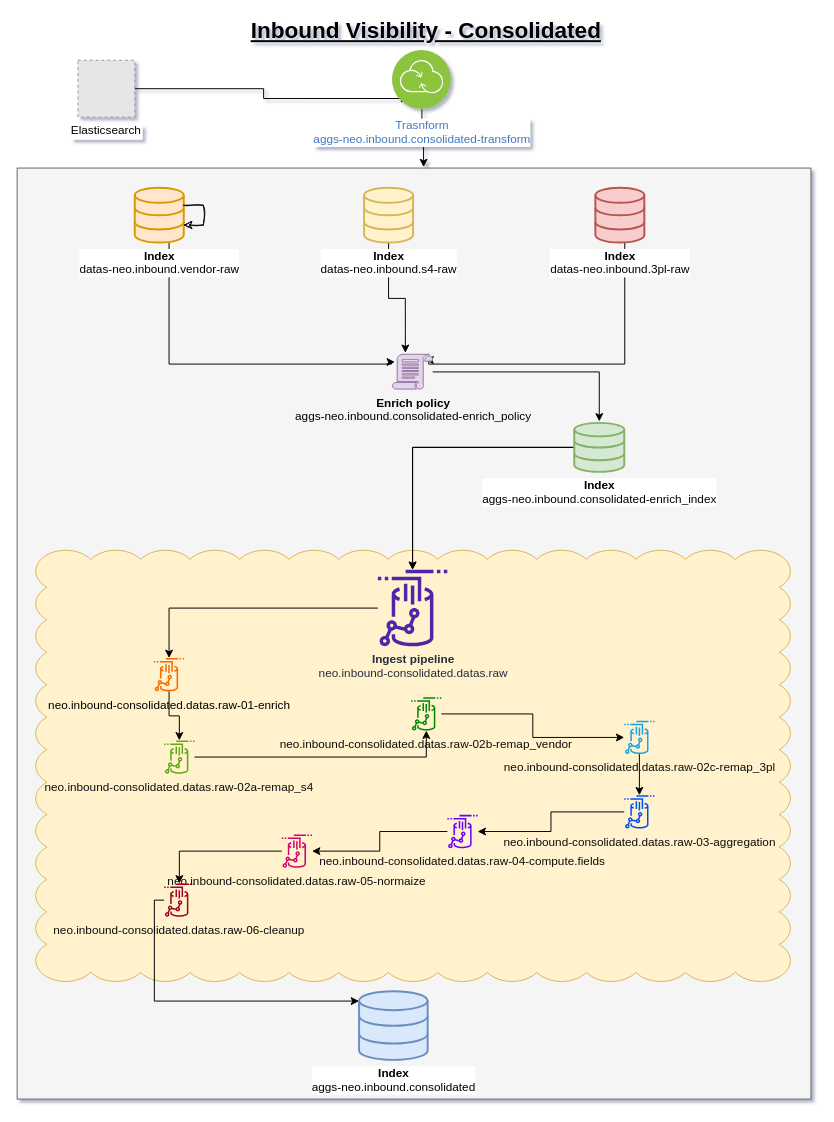
Above: Inbound_Visibility-Consolidated.drawio in baranharis/Diagram-LOREAL (draw.io), before the change. Source tidied: cells renumbered, new cells numbered last; positions are measured from the earlier drawing's top-left corner, leaving out a move shared by most shapes. Both pictures are drawn from the tidied source at 98%, with x=0, y=0 at pixel (17, 21). Pictures stored in the file or linked from it are replaced by grey dashed boxes.
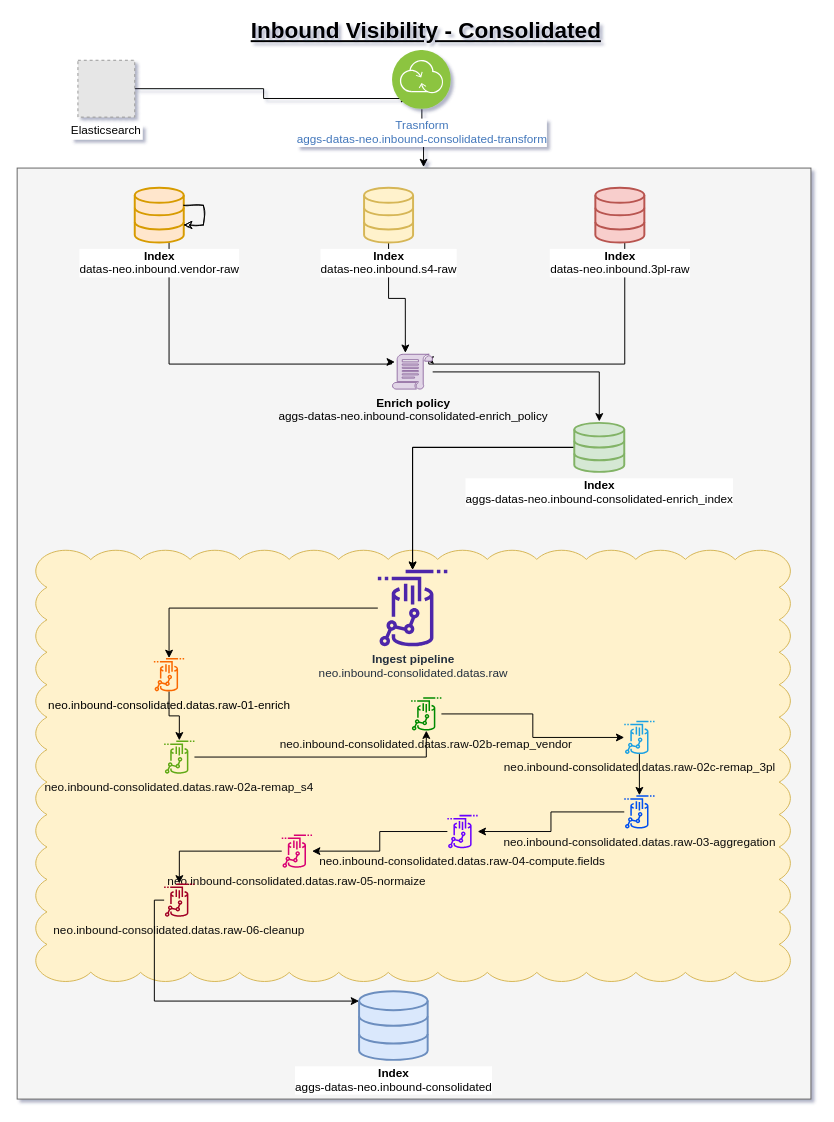
The same diagram, later.

Commit message:
Mettre à jour Inbound_Visibility-Consolidated.drawio

Diff of the diagram source:
```diff
@@
-    <mxCell id="11" value="&lt;b&gt;Enrich policy&lt;/b&gt;&lt;br&gt;aggs-neo.inbound.consolidated-enrich_policy" style="sketch=0;shadow=0;dashed=0;html=1;strokeColor=#9673a6;labelPosition=center;verticalLabelPosition=bottom;verticalAlign=top;align=center;fillColor=#e1d5e7;shape=mxgraph.mscae.intune.policy;" parent="1" vertex="1">
+    <mxCell id="11" value="&lt;b&gt;Enrich policy&lt;/b&gt;&lt;br&gt;aggs-datas-neo.inbound-consolidated-enrich_policy" style="sketch=0;shadow=0;dashed=0;html=1;strokeColor=#9673a6;labelPosition=center;verticalLabelPosition=bottom;verticalAlign=top;align=center;fillColor=#e1d5e7;shape=mxgraph.mscae.intune.policy;" parent="1" vertex="1">
       <mxGeometry x="383" y="340" width="41" height="36" as="geometry" />
     </mxCell>
@@
-    <mxCell id="13" value="&lt;b&gt;Index&lt;/b&gt;&lt;br&gt;aggs-neo.inbound.consolidated" style="html=1;verticalLabelPosition=bottom;align=center;labelBackgroundColor=#ffffff;verticalAlign=top;strokeWidth=2;strokeColor=#6c8ebf;shadow=0;dashed=0;shape=mxgraph.ios7.icons.data;fillColor=#dae8fc;" parent="1" vertex="1">
+    <mxCell id="13" value="&lt;b&gt;Index&lt;/b&gt;&lt;br&gt;aggs-datas-neo.inbound-consolidated" style="html=1;verticalLabelPosition=bottom;align=center;labelBackgroundColor=#ffffff;verticalAlign=top;strokeWidth=2;strokeColor=#6c8ebf;shadow=0;dashed=0;shape=mxgraph.ios7.icons.data;fillColor=#dae8fc;" parent="1" vertex="1">
       <mxGeometry x="348.9" y="990" width="70" height="70" as="geometry" />
     </mxCell>
@@
-    <mxCell id="24" value="&lt;b&gt;Index&lt;/b&gt;&lt;br&gt;aggs-neo.inbound.consolidated-enrich_index" style="html=1;verticalLabelPosition=bottom;align=center;labelBackgroundColor=#ffffff;verticalAlign=top;strokeWidth=2;strokeColor=#82b366;shadow=0;dashed=0;shape=mxgraph.ios7.icons.data;fillColor=#d5e8d4;" parent="1" vertex="1">
+    <mxCell id="24" value="&lt;b&gt;Index&lt;/b&gt;&lt;br&gt;aggs-datas-neo.inbound-consolidated-enrich_index" style="html=1;verticalLabelPosition=bottom;align=center;labelBackgroundColor=#ffffff;verticalAlign=top;strokeWidth=2;strokeColor=#82b366;shadow=0;dashed=0;shape=mxgraph.ios7.icons.data;fillColor=#d5e8d4;" parent="1" vertex="1">
       <mxGeometry x="568.5" y="410" width="51" height="50" as="geometry" />
     </mxCell>
@@
-    <mxCell id="38" value="Trasnform&lt;br&gt;aggs-neo.inbound.consolidated-transform" style="image;perimeter=ellipsePerimeter;html=1;align=center;shadow=0;dashed=0;fontColor=#4277BB;labelBackgroundColor=default;fontSize=12;spacingTop=3;image=img/lib/ibm/infrastructure/transformation_connectivity.svg;" parent="1" vertex="1">
+    <mxCell id="38" value="Trasnform&lt;br&gt;aggs-datas-neo.inbound-consolidated-transform" style="image;perimeter=ellipsePerimeter;html=1;align=center;shadow=0;dashed=0;fontColor=#4277BB;labelBackgroundColor=default;fontSize=12;spacingTop=3;image=img/lib/ibm/infrastructure/transformation_connectivity.svg;" parent="1" vertex="1">
       <mxGeometry x="383" y="30" width="60" height="60" as="geometry" />
     </mxCell>
```
